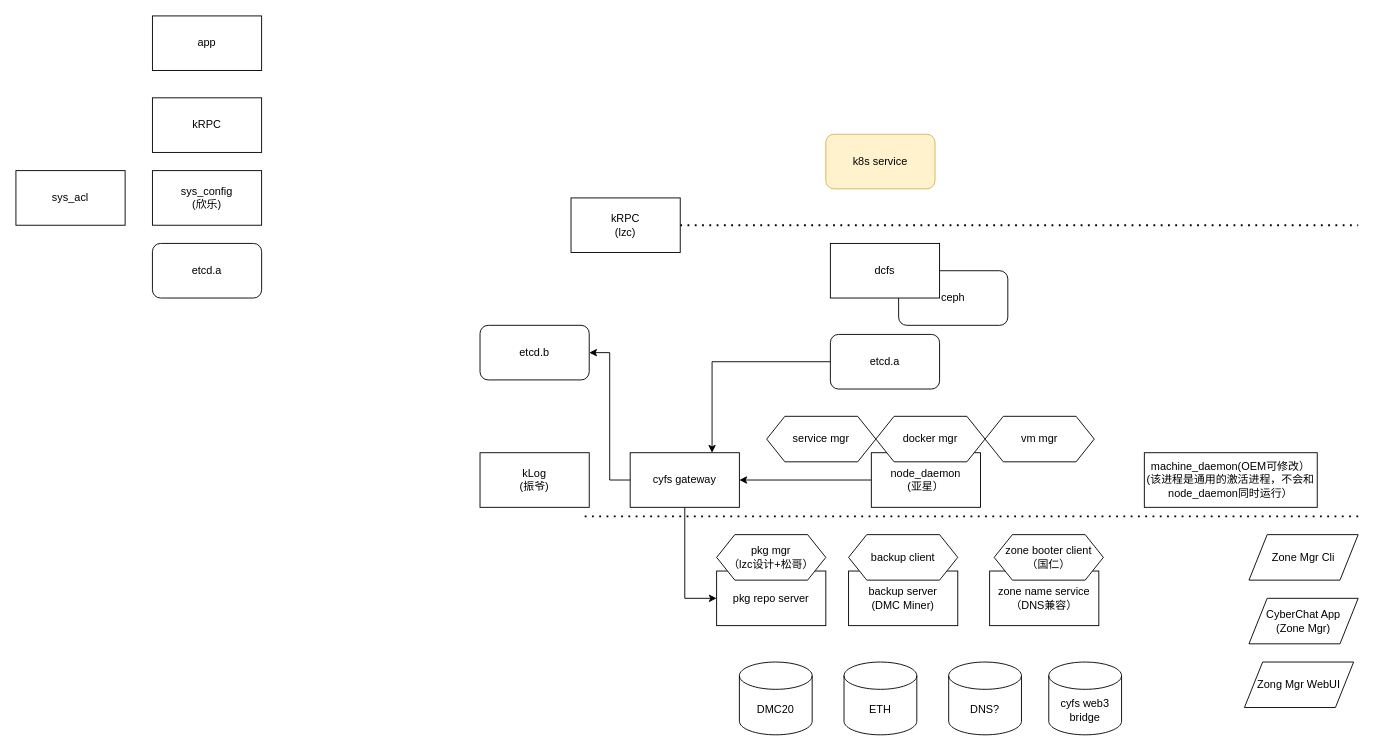
Earlier version of the draw.io diagram page "系统组件图" (3 of 5) of doc/buckyos.drawio (buckyos/buckyos). Source tidied: cells renumbered, new cells numbered last; positions are measured from the earlier drawing's top-left corner, leaving out a move shared by most shapes. Both pictures are drawn from the tidied source at 91%, with x=0, y=0 at pixel (15, 15).
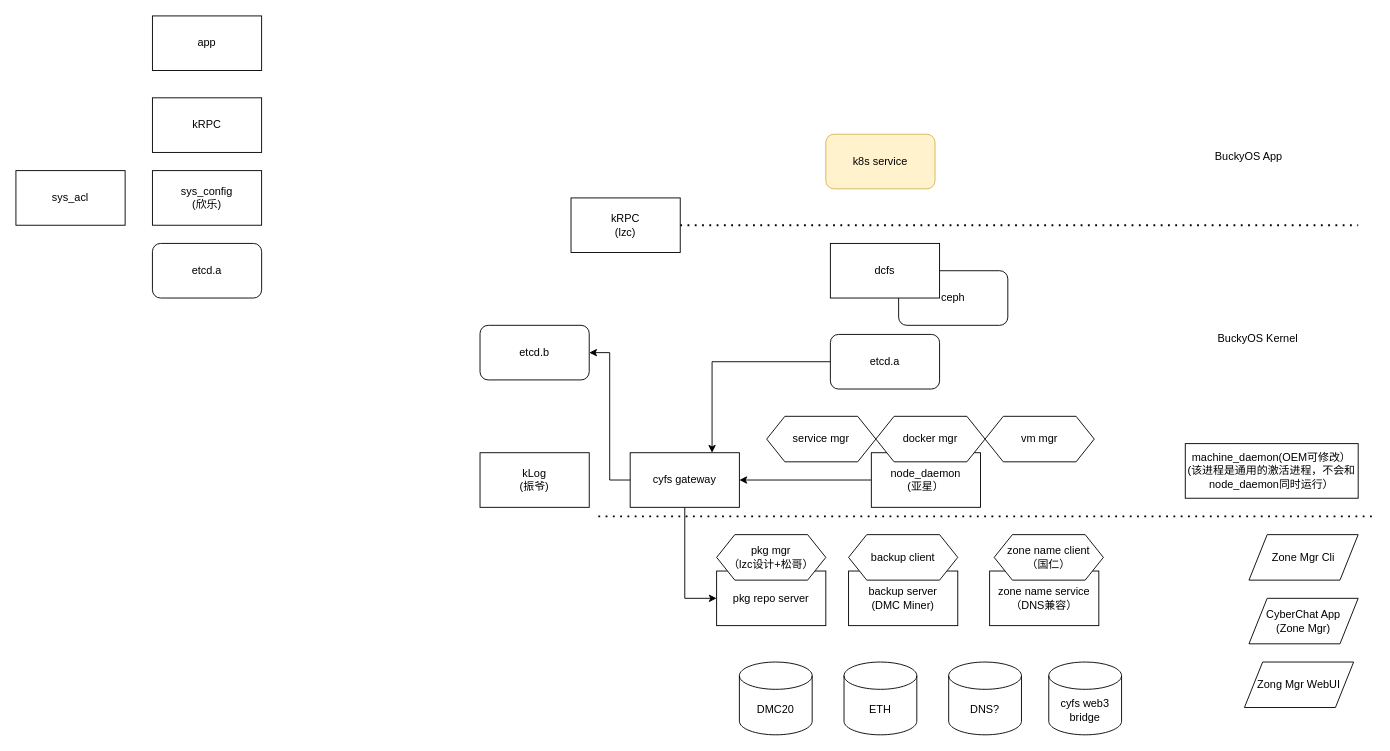
The same page after the edit.

The edit, as a diff of the source:
```diff
@@
-    <mxCell id="16" value="zone booter client&lt;br&gt;（国仁）" style="shape=hexagon;perimeter=hexagonPerimeter2;whiteSpace=wrap;html=1;fixedSize=1;" parent="1" vertex="1">
+    <mxCell id="16" value="zone name client&lt;br&gt;（国仁）" style="shape=hexagon;perimeter=hexagonPerimeter2;whiteSpace=wrap;html=1;fixedSize=1;" parent="1" vertex="1">
       <mxGeometry x="1075" y="570" width="120" height="50" as="geometry" />
     </mxCell>
@@
     <mxCell id="27" value="machine_daemon(OEM可修改）&lt;br&gt;(该进程是通用的激活进程，不会和node_daemon同时运行）" style="rounded=0;whiteSpace=wrap;html=1;" parent="1" vertex="1">
-      <mxGeometry x="1240" y="480" width="190" height="60" as="geometry" />
+      <mxGeometry x="1285" y="470" width="190" height="60" as="geometry" />
     </mxCell>
@@
     <mxCell id="31" style="endArrow=none;dashed=1;html=1;dashPattern=1 3;strokeWidth=2;rounded=0;" parent="1" edge="1">
       <mxGeometry relative="1" as="geometry">
-        <mxPoint x="625" y="550" as="sourcePoint" />
-        <mxPoint x="1475" y="550" as="targetPoint" />
+        <mxPoint x="640" y="550" as="sourcePoint" />
+        <mxPoint x="1490" y="550" as="targetPoint" />
       </mxGeometry>
     </mxCell>
@@
+    <mxCell id="40" value="BuckyOS Kernel" style="text;html=1;strokeColor=none;fillColor=none;align=center;verticalAlign=middle;whiteSpace=wrap;rounded=0;" parent="1" vertex="1">
+      <mxGeometry x="1290" y="340" width="150" height="30" as="geometry" />
+    </mxCell>
+    <mxCell id="41" value="BuckyOS App" style="text;html=1;strokeColor=none;fillColor=none;align=center;verticalAlign=middle;whiteSpace=wrap;rounded=0;" parent="1" vertex="1">
+      <mxGeometry x="1280" y="140" width="150" height="30" as="geometry" />
+    </mxCell>
```
